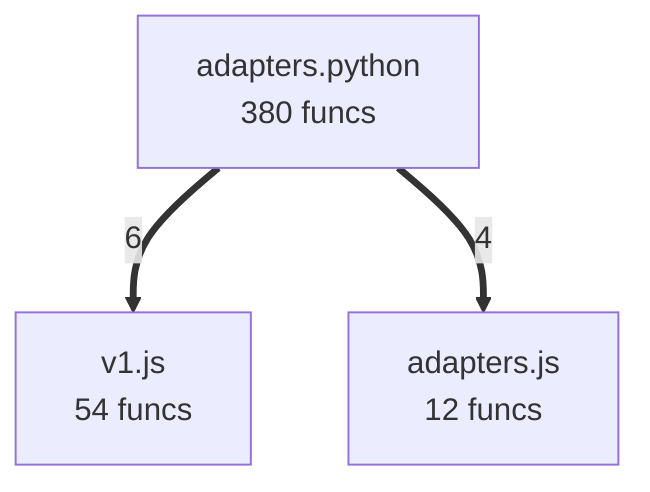
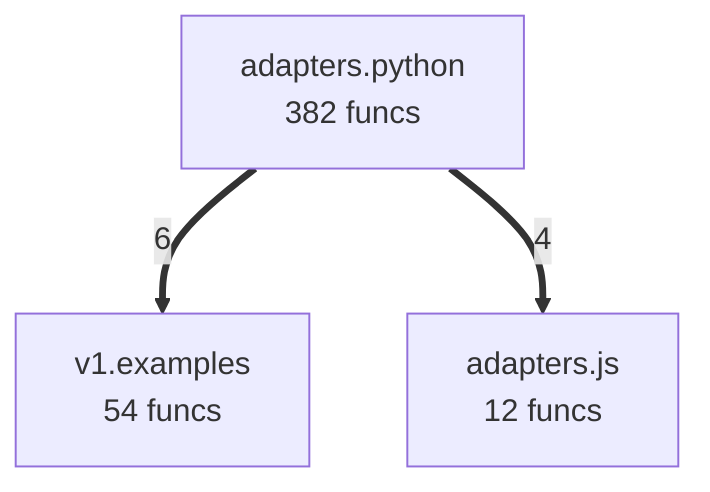
flowchart TD
%% generated in 0.01s
    adapters__js["adapters.js<br/>12 funcs"]
-     adapters__python["adapters.python<br/>380 funcs"]
-     v1__js["v1.js<br/>54 funcs"]
-     adapters__python ==>|6| v1__js
+     adapters__python["adapters.python<br/>382 funcs"]
+     v1__examples["v1.examples<br/>54 funcs"]
+     adapters__python ==>|6| v1__examples
    adapters__python ==>|4| adapters__js
